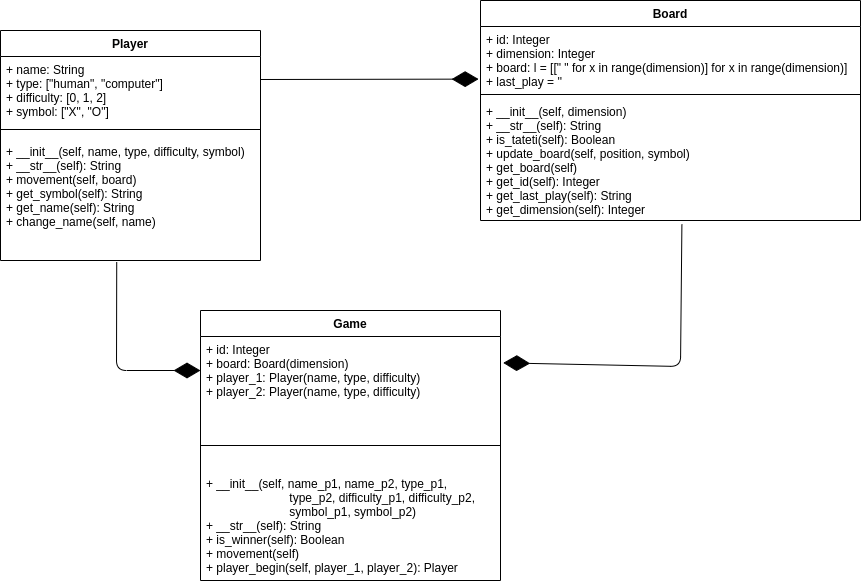
Before: doc/tateti.png, a diagram exported from draw.io (joagonzalez/tateti). Source tidied: cells renumbered, new cells last; positions are measured from the earlier drawing's top-left corner, leaving out a move shared by most shapes.
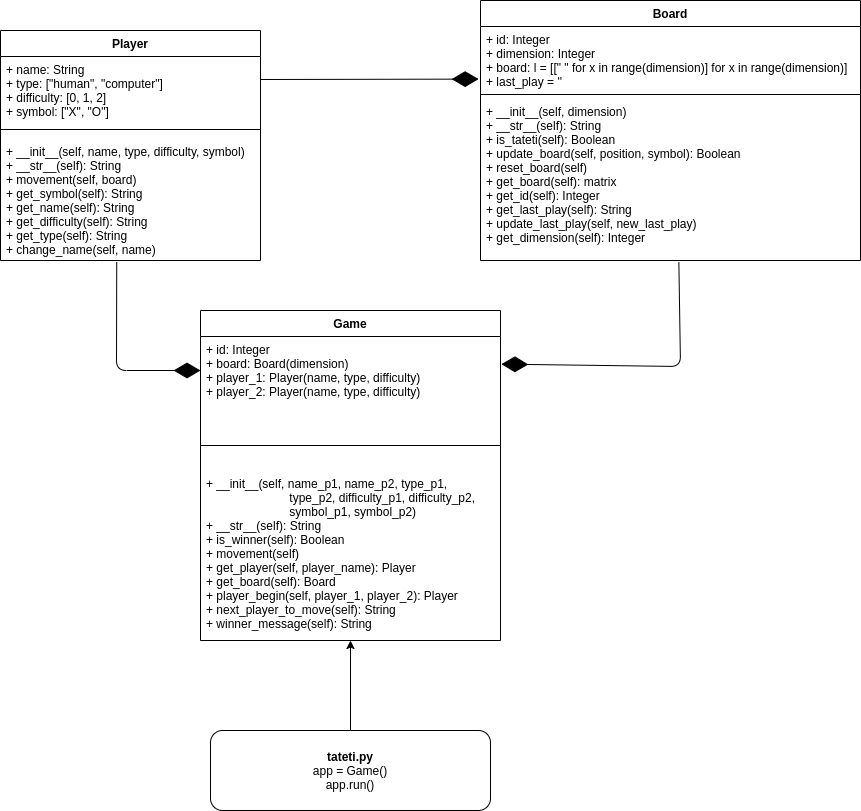
After the change.

Diff of the diagram source:
```diff
@@ -11,11 +11,11 @@
     <mxCell id="4" style="line;strokeWidth=1;fillColor=none;align=left;verticalAlign=middle;spacingTop=-1;spacingLeft=3;spacingRight=3;labelPosition=right;" parent="2" vertex="1">
       <mxGeometry y="90" width="260" height="18" as="geometry" />
     </mxCell>
-    <mxCell id="5" value="+ __init__(self, name, type, difficulty, symbol)&#10;+ __str__(self): String&#10;+ movement(self, board)&#10;+ get_symbol(self): String&#10;+ get_name(self): String&#10;+ change_name(self, name)" style="text;strokeColor=none;fillColor=none;align=left;verticalAlign=top;spacingLeft=4;spacingRight=4;overflow=hidden;points=[[0,0.5],[1,0.5]];portConstraint=eastwest;" parent="2" vertex="1">
+    <mxCell id="5" value="+ __init__(self, name, type, difficulty, symbol)&#10;+ __str__(self): String&#10;+ movement(self, board)&#10;+ get_symbol(self): String&#10;+ get_name(self): String&#10;+ get_difficulty(self): String&#10;+ get_type(self): String&#10;+ change_name(self, name)" style="text;strokeColor=none;fillColor=none;align=left;verticalAlign=top;spacingLeft=4;spacingRight=4;overflow=hidden;points=[[0,0.5],[1,0.5]];portConstraint=eastwest;" parent="2" vertex="1">
       <mxGeometry y="108" width="260" height="122" as="geometry" />
     </mxCell>
     <mxCell id="6" value="Board" style="swimlane;fontStyle=1;align=center;verticalAlign=top;horizontal=1;startSize=26;" parent="1" vertex="1">
-      <mxGeometry x="480" width="380" height="220" as="geometry" />
+      <mxGeometry x="480" width="380" height="260" as="geometry" />
     </mxCell>
     <mxCell id="7" value="+ id: Integer&#10;+ dimension: Integer&#10;+ board: l = [[&quot; &quot; for x in range(dimension)] for x in range(dimension)]&#10;+ last_play = ''" style="text;strokeColor=none;fillColor=none;align=left;verticalAlign=top;spacingLeft=4;spacingRight=4;overflow=hidden;points=[[0,0.5],[1,0.5]];portConstraint=eastwest;" parent="6" vertex="1">
       <mxGeometry y="26" width="380" height="64" as="geometry" />
@@ -23,11 +23,11 @@
     <mxCell id="8" style="line;strokeWidth=1;fillColor=none;align=left;verticalAlign=middle;spacingTop=-1;spacingLeft=3;spacingRight=3;labelPosition=right;" parent="6" vertex="1">
       <mxGeometry y="90" width="380" height="8" as="geometry" />
     </mxCell>
-    <mxCell id="9" value="+ __init__(self, dimension)&#10;+ __str__(self): String&#10;+ is_tateti(self): Boolean&#10;+ update_board(self, position, symbol)&#10;+ get_board(self)&#10;+ get_id(self): Integer&#10;+ get_last_play(self): String&#10;+ get_dimension(self): Integer" style="text;strokeColor=none;fillColor=none;align=left;verticalAlign=top;spacingLeft=4;spacingRight=4;overflow=hidden;points=[[0,0.5],[1,0.5]];portConstraint=eastwest;" parent="6" vertex="1">
-      <mxGeometry y="98" width="380" height="122" as="geometry" />
+    <mxCell id="9" value="+ __init__(self, dimension)&#10;+ __str__(self): String&#10;+ is_tateti(self): Boolean&#10;+ update_board(self, position, symbol): Boolean&#10;+ reset_board(self)&#10;+ get_board(self): matrix&#10;+ get_id(self): Integer&#10;+ get_last_play(self): String&#10;+ update_last_play(self, new_last_play)&#10;+ get_dimension(self): Integer" style="text;strokeColor=none;fillColor=none;align=left;verticalAlign=top;spacingLeft=4;spacingRight=4;overflow=hidden;points=[[0,0.5],[1,0.5]];portConstraint=eastwest;" parent="6" vertex="1">
+      <mxGeometry y="98" width="380" height="162" as="geometry" />
     </mxCell>
     <mxCell id="10" value="Game" style="swimlane;fontStyle=1;align=center;verticalAlign=top;horizontal=1;startSize=26;" parent="1" vertex="1">
-      <mxGeometry x="200" y="310" width="300" height="270" as="geometry" />
+      <mxGeometry x="200" y="310" width="300" height="330" as="geometry" />
     </mxCell>
     <mxCell id="11" value="+ id: Integer&#10;+ board: Board(dimension)&#10;+ player_1: Player(name, type, difficulty)&#10;+ player_2: Player(name, type, difficulty)" style="text;strokeColor=none;fillColor=none;align=left;verticalAlign=top;spacingLeft=4;spacingRight=4;overflow=hidden;points=[[0,0.5],[1,0.5]];portConstraint=eastwest;" parent="10" vertex="1">
       <mxGeometry y="26" width="300" height="84" as="geometry" />
@@ -35,8 +35,8 @@
     <mxCell id="12" style="line;strokeWidth=1;fillColor=none;align=left;verticalAlign=middle;spacingTop=-1;spacingLeft=3;spacingRight=3;labelPosition=right;" parent="10" vertex="1">
       <mxGeometry y="110" width="300" height="50" as="geometry" />
     </mxCell>
-    <mxCell id="13" value="+ __init__(self, name_p1, name_p2, type_p1,&#10;                         type_p2, difficulty_p1, difficulty_p2,&#10;                         symbol_p1, symbol_p2)&#10;+ __str__(self): String&#10;+ is_winner(self): Boolean&#10;+ movement(self)&#10;+ player_begin(self, player_1, player_2): Player&#10;" style="text;strokeColor=none;fillColor=none;align=left;verticalAlign=top;spacingLeft=4;spacingRight=4;overflow=hidden;points=[[0,0.5],[1,0.5]];portConstraint=eastwest;" parent="10" vertex="1">
-      <mxGeometry y="160" width="300" height="110" as="geometry" />
+    <mxCell id="13" value="+ __init__(self, name_p1, name_p2, type_p1,&#10;                         type_p2, difficulty_p1, difficulty_p2,&#10;                         symbol_p1, symbol_p2)&#10;+ __str__(self): String&#10;+ is_winner(self): Boolean&#10;+ movement(self)&#10;+ get_player(self, player_name): Player&#10;+ get_board(self): Board&#10;+ player_begin(self, player_1, player_2): Player&#10;+ next_player_to_move(self): String&#10;+ winner_message(self): String&#10;" style="text;strokeColor=none;fillColor=none;align=left;verticalAlign=top;spacingLeft=4;spacingRight=4;overflow=hidden;points=[[0,0.5],[1,0.5]];portConstraint=eastwest;" parent="10" vertex="1">
+      <mxGeometry y="160" width="300" height="170" as="geometry" />
     </mxCell>
     <mxCell id="14" style="endArrow=diamondThin;endFill=1;endSize=24;html=1;exitX=0.447;exitY=1.014;exitDx=0;exitDy=0;exitPerimeter=0;" parent="1" edge="1" source="5">
       <mxGeometry relative="1" as="geometry">
@@ -46,7 +46,7 @@
         </Array>
       </mxGeometry>
     </mxCell>
-    <mxCell id="15" style="endArrow=diamondThin;endFill=1;endSize=24;html=1;entryX=1.009;entryY=0.314;entryDx=0;entryDy=0;entryPerimeter=0;exitX=0.53;exitY=1.033;exitDx=0;exitDy=0;exitPerimeter=0;" parent="1" edge="1" source="9" target="11">
+    <mxCell id="15" style="endArrow=diamondThin;endFill=1;endSize=24;html=1;exitX=0.522;exitY=1.012;exitDx=0;exitDy=0;exitPerimeter=0;entryX=1.003;entryY=0.329;entryDx=0;entryDy=0;entryPerimeter=0;" parent="1" edge="1" source="9" target="11">
       <mxGeometry relative="1" as="geometry">
         <Array as="points">
           <mxPoint x="680" y="366" />
@@ -58,5 +58,11 @@
         <mxPoint x="260" y="79" as="sourcePoint" />
       </mxGeometry>
     </mxCell>
+    <mxCell id="17" style="edgeStyle=orthogonalEdgeStyle;rounded=0;jettySize=auto;html=1;entryX=0.5;entryY=1;entryDx=0;entryDy=0;entryPerimeter=0;" parent="1" edge="1" source="18" target="13">
+      <mxGeometry relative="1" as="geometry" />
+    </mxCell>
+    <mxCell id="18" value="&lt;b&gt;tateti.py&lt;br&gt;&lt;/b&gt;app = Game()&lt;br&gt;app.run()" style="rounded=1;whiteSpace=wrap;html=1;" parent="1" vertex="1">
+      <mxGeometry x="210" y="730" width="280" height="80" as="geometry" />
+    </mxCell>
   </root>
 </mxGraphModel>
```
